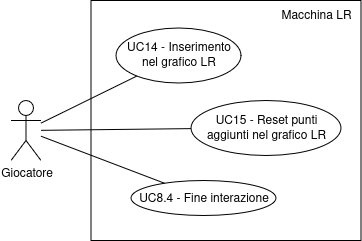
Earlier version of the draw.io export images/usecase/uc-macchina_lr.png (fliposab/UnipdThesis). Source tidied: cells renumbered, new cells last; positions are measured from the earlier drawing's top-left corner, leaving out a move shared by most shapes.
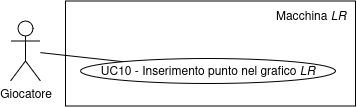
Later version of the same file.

Change to the diagram source:
```diff
@@ -2,32 +2,20 @@
   <root>
     <mxCell id="0" />
     <mxCell id="1" parent="0" />
-    <mxCell id="2" style="rounded=0;whiteSpace=wrap;html=1;gradientColor=none;" parent="1" vertex="1">
-      <mxGeometry x="80.5" width="270" height="240" as="geometry" />
+    <mxCell id="2" style="rounded=0;whiteSpace=wrap;html=1;" parent="1" vertex="1">
+      <mxGeometry x="-362" y="-1312.5" width="290" height="105" as="geometry" />
     </mxCell>
-    <mxCell id="3" value="Giocatore" style="shape=umlActor;verticalLabelPosition=bottom;verticalAlign=top;html=1;outlineConnect=0;" parent="1" vertex="1">
-      <mxGeometry x="0.5" y="100" width="30" height="60" as="geometry" />
+    <mxCell id="3" style="rounded=0;jettySize=auto;html=1;endArrow=none;endFill=0;" parent="1" edge="1" source="4" target="5">
+      <mxGeometry relative="1" as="geometry" />
     </mxCell>
-    <mxCell id="4" style="rounded=0;jettySize=auto;html=1;endArrow=none;startFill=0;" parent="1" edge="1" source="3" target="5">
-      <mxGeometry relative="1" as="geometry" />
+    <mxCell id="4" value="&lt;div&gt;Giocatore&lt;/div&gt;" style="shape=umlActor;verticalLabelPosition=bottom;verticalAlign=top;html=1;outlineConnect=0;" parent="1" vertex="1">
+      <mxGeometry x="-417" y="-1292.5" width="30" height="60" as="geometry" />
     </mxCell>
-    <mxCell id="5" value="&lt;div&gt;UC14 - Inserimento&lt;/div&gt;&lt;div&gt;nel grafico LR&lt;/div&gt;" style="ellipse;whiteSpace=wrap;html=1;" parent="1" vertex="1">
-      <mxGeometry x="105.5" y="27.5" width="125" height="55" as="geometry" />
+    <mxCell id="5" value="UC10 - Inserimento punto nel grafico&amp;nbsp;&lt;i&gt;LR&lt;/i&gt;" style="ellipse;whiteSpace=wrap;html=1;" parent="1" vertex="1">
+      <mxGeometry x="-347" y="-1255" width="255" height="25" as="geometry" />
     </mxCell>
-    <mxCell id="6" value="&lt;div&gt;UC15 - Reset punti&lt;/div&gt;&lt;div&gt;aggiunti nel grafico LR&lt;/div&gt;" style="ellipse;whiteSpace=wrap;html=1;" parent="1" vertex="1">
-      <mxGeometry x="180.5" y="100" width="150" height="55" as="geometry" />
+    <mxCell id="6" value="Macchina&amp;nbsp;&lt;i&gt;LR&lt;/i&gt;" style="text;html=1;align=center;verticalAlign=middle;points=[];strokeColor=none;fillColor=none;" parent="1" vertex="1">
+      <mxGeometry x="-162" y="-1312.5" width="90" height="30" as="geometry" />
     </mxCell>
-    <mxCell id="7" value="UC8.4 - Fine interazione" style="ellipse;whiteSpace=wrap;html=1;" parent="1" vertex="1">
-      <mxGeometry x="120.5" y="180" width="145" height="35" as="geometry" />
-    </mxCell>
-    <mxCell id="8" value="Macchina LR" style="text;html=1;align=center;verticalAlign=middle;whiteSpace=wrap;rounded=0;" parent="1" vertex="1">
-      <mxGeometry x="265.5" width="80" height="30" as="geometry" />
-    </mxCell>
-    <mxCell id="9" style="rounded=0;jettySize=auto;html=1;endArrow=none;startFill=0;" parent="1" edge="1" source="3" target="7">
-      <mxGeometry relative="1" as="geometry" />
-    </mxCell>
-    <mxCell id="10" style="rounded=0;jettySize=auto;html=1;endArrow=none;startFill=0;" parent="1" edge="1" source="3" target="6">
-      <mxGeometry relative="1" as="geometry" />
-    </mxCell>
   </root>
 </mxGraphModel>
```
